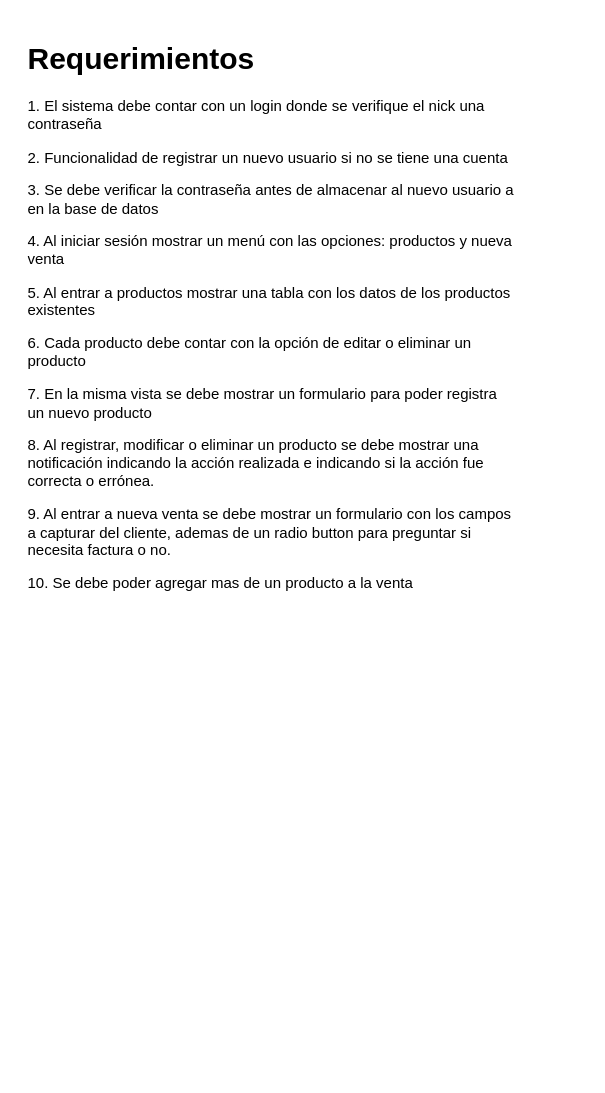
This is page "Requerimientos" (1 of 5) of docs/db.drawio from JorgeGarcia20/crud_flask, a draw.io file, before an edit. Source tidied: cells renumbered, new cells numbered last; positions are measured from the earlier drawing's top-left corner, leaving out a move shared by most shapes. Both pictures are drawn from the tidied source at 125%, with x=0, y=0 at pixel (21, 34).
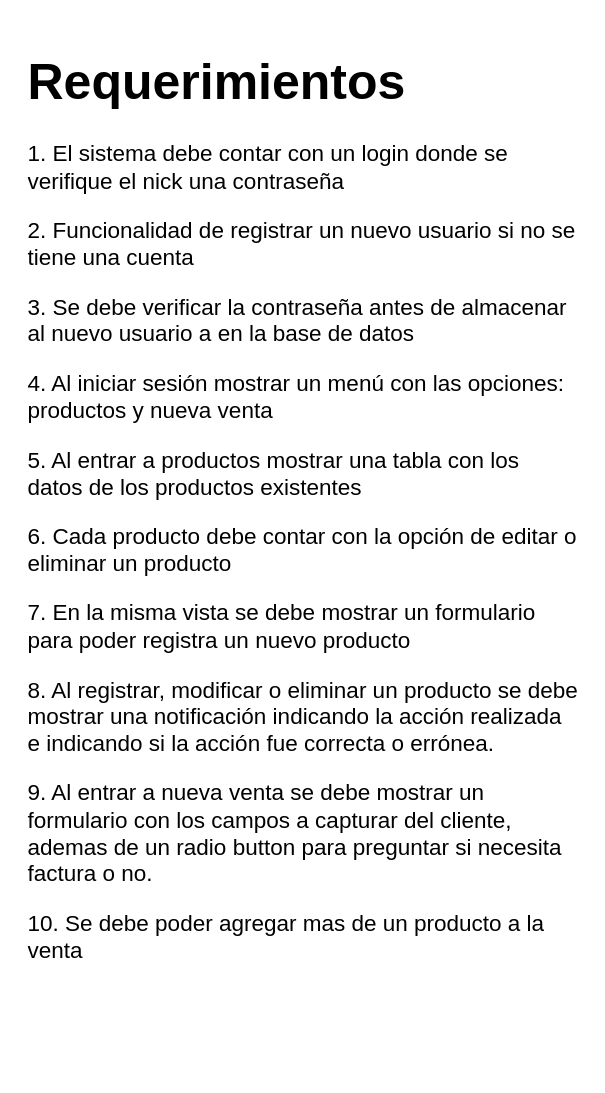
The same page after the edit.

Change to the diagram source:
```diff
@@
 <mxGraphModel>
   <root>
     <mxCell id="0" />
     <mxCell id="1" parent="0" />
-    <mxCell id="2" value="&lt;h1&gt;Requerimientos&lt;/h1&gt;&lt;p&gt;1. El sistema debe contar con un login donde se verifique el nick una contraseña&lt;/p&gt;&lt;p&gt;2. Funcionalidad de registrar un nuevo usuario si no se tiene una cuenta&lt;/p&gt;&lt;p&gt;3. Se debe verificar la contraseña antes de almacenar al nuevo usuario a en la base de datos&lt;/p&gt;&lt;p&gt;4. Al iniciar sesión mostrar un menú con las opciones: productos y nueva venta&amp;nbsp;&lt;/p&gt;&lt;p&gt;5. Al entrar a productos mostrar una tabla con los datos de los productos existentes&lt;/p&gt;&lt;p&gt;6. Cada producto debe contar con la opción de editar o eliminar un producto&lt;/p&gt;&lt;p&gt;7. En la misma vista se debe mostrar un formulario para poder registra un nuevo producto&lt;/p&gt;&lt;p&gt;8. Al registrar, modificar o eliminar un producto se debe mostrar una notificación indicando la acción realizada e indicando si la acción fue correcta o errónea.&lt;/p&gt;&lt;p&gt;9. Al entrar a nueva venta se debe mostrar un formulario con los campos a capturar del cliente, ademas de un radio button para preguntar si necesita factura o no.&lt;/p&gt;&lt;p&gt;10. Se debe poder agregar mas de un producto a la venta&amp;nbsp;&lt;/p&gt;" style="text;html=1;strokeColor=none;fillColor=none;spacing=5;spacingTop=-20;whiteSpace=wrap;overflow=hidden;rounded=0;" parent="1" vertex="1">
-      <mxGeometry width="400" height="450" as="geometry" />
+    <mxCell id="2" value="&lt;h1&gt;&lt;font style=&quot;font-size: 40px&quot;&gt;Requerimientos&lt;/font&gt;&lt;/h1&gt;&lt;p style=&quot;font-size: 18px&quot;&gt;1. El sistema debe contar con un login donde se verifique el nick una contraseña&lt;/p&gt;&lt;p style=&quot;font-size: 18px&quot;&gt;2. Funcionalidad de registrar un nuevo usuario si no se tiene una cuenta&lt;/p&gt;&lt;p style=&quot;font-size: 18px&quot;&gt;3. Se debe verificar la contraseña antes de almacenar al nuevo usuario a en la base de datos&lt;/p&gt;&lt;p style=&quot;font-size: 18px&quot;&gt;4. Al iniciar sesión mostrar un menú con las opciones: productos y nueva venta&amp;nbsp;&lt;/p&gt;&lt;p style=&quot;font-size: 18px&quot;&gt;5. Al entrar a productos mostrar una tabla con los datos de los productos existentes&lt;/p&gt;&lt;p style=&quot;font-size: 18px&quot;&gt;6. Cada producto debe contar con la opción de editar o eliminar un producto&lt;/p&gt;&lt;p style=&quot;font-size: 18px&quot;&gt;7. En la misma vista se debe mostrar un formulario para poder registra un nuevo producto&lt;/p&gt;&lt;p style=&quot;font-size: 18px&quot;&gt;8. Al registrar, modificar o eliminar un producto se debe mostrar una notificación indicando la acción realizada e indicando si la acción fue correcta o errónea.&lt;/p&gt;&lt;p style=&quot;font-size: 18px&quot;&gt;9. Al entrar a nueva venta se debe mostrar un formulario con los campos a capturar del cliente, ademas de un radio button para preguntar si necesita factura o no.&lt;/p&gt;&lt;p style=&quot;font-size: 18px&quot;&gt;10. Se debe poder agregar mas de un producto a la venta&amp;nbsp;&lt;/p&gt;" style="text;html=1;strokeColor=none;fillColor=none;spacing=5;spacingTop=-20;whiteSpace=wrap;overflow=hidden;rounded=0;fontSize=18;" parent="1" vertex="1">
+      <mxGeometry width="450" height="830" as="geometry" />
     </mxCell>
   </root>
 </mxGraphModel>
```
